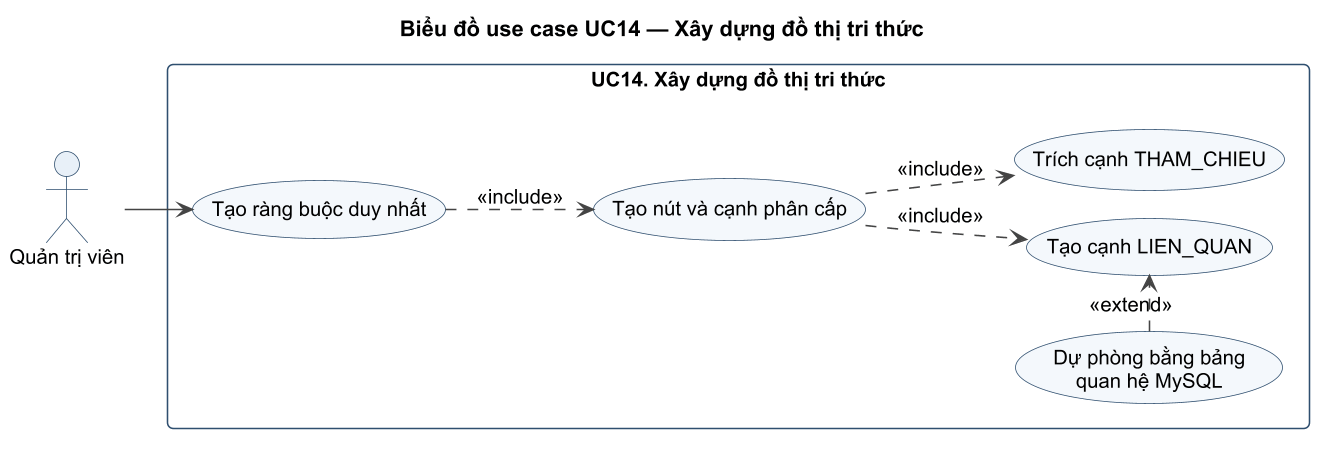
This is docs/uml/png/UC14_UC.png from hainguyen312/project2-chatbot-rag, a PlantUML export, as it was before one commit.
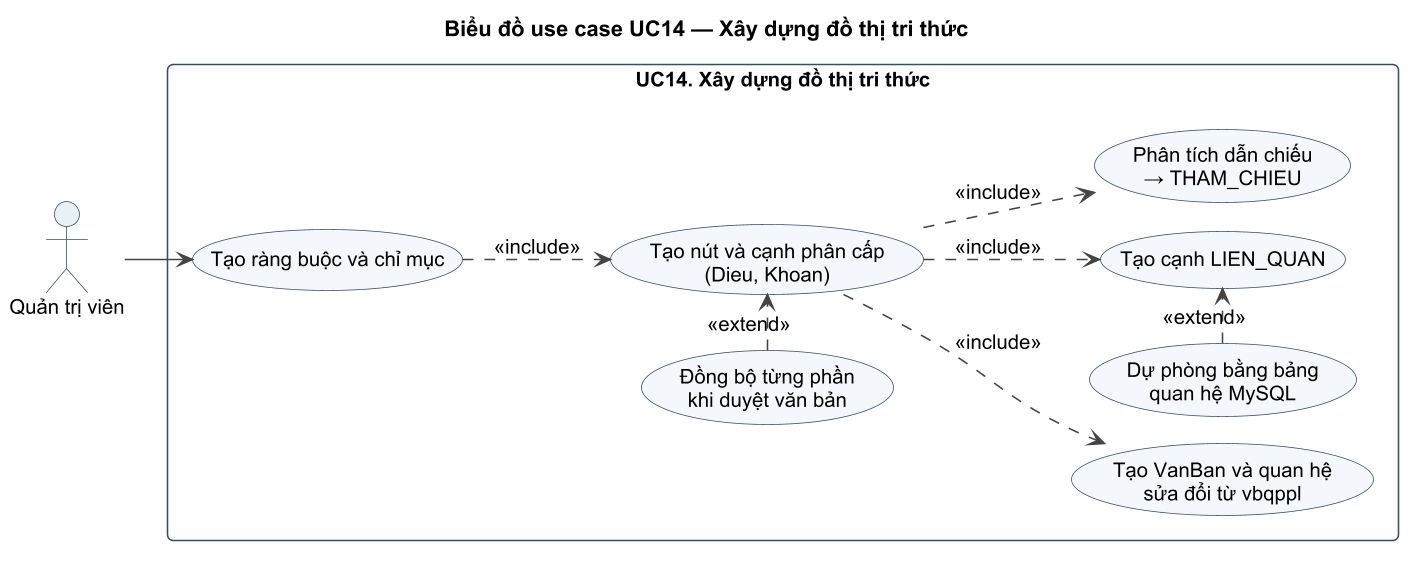
Above is the later version.

What changed in the source:
```diff
@@ -5,15 +5,19 @@
 left to right direction
 actor "Quản trị viên" as A
 rectangle "UC14. Xây dựng đồ thị tri thức" {
-  usecase "Tạo ràng buộc duy nhất" as C
-  usecase "Tạo nút và cạnh phân cấp" as N
+  usecase "Tạo ràng buộc và chỉ mục" as C
+  usecase "Tạo nút và cạnh phân cấp\n(Dieu, Khoan)" as N
+  usecase "Tạo VanBan và quan hệ\nsửa đổi từ vbqppl" as V
   usecase "Tạo cạnh LIEN_QUAN" as L
-  usecase "Trích cạnh THAM_CHIEU" as T
+  usecase "Phân tích dẫn chiếu\n→ THAM_CHIEU" as T
+  usecase "Đồng bộ từng phần\nkhi duyệt văn bản" as S
   usecase "Dự phòng bằng bảng\nquan hệ MySQL" as F
 }
 A --> C
 C ..> N : <<include>>
+N ..> V : <<include>>
 N ..> L : <<include>>
 N ..> T : <<include>>
+S .> N : <<extend>>
 F .> L : <<extend>>
 @enduml
```
